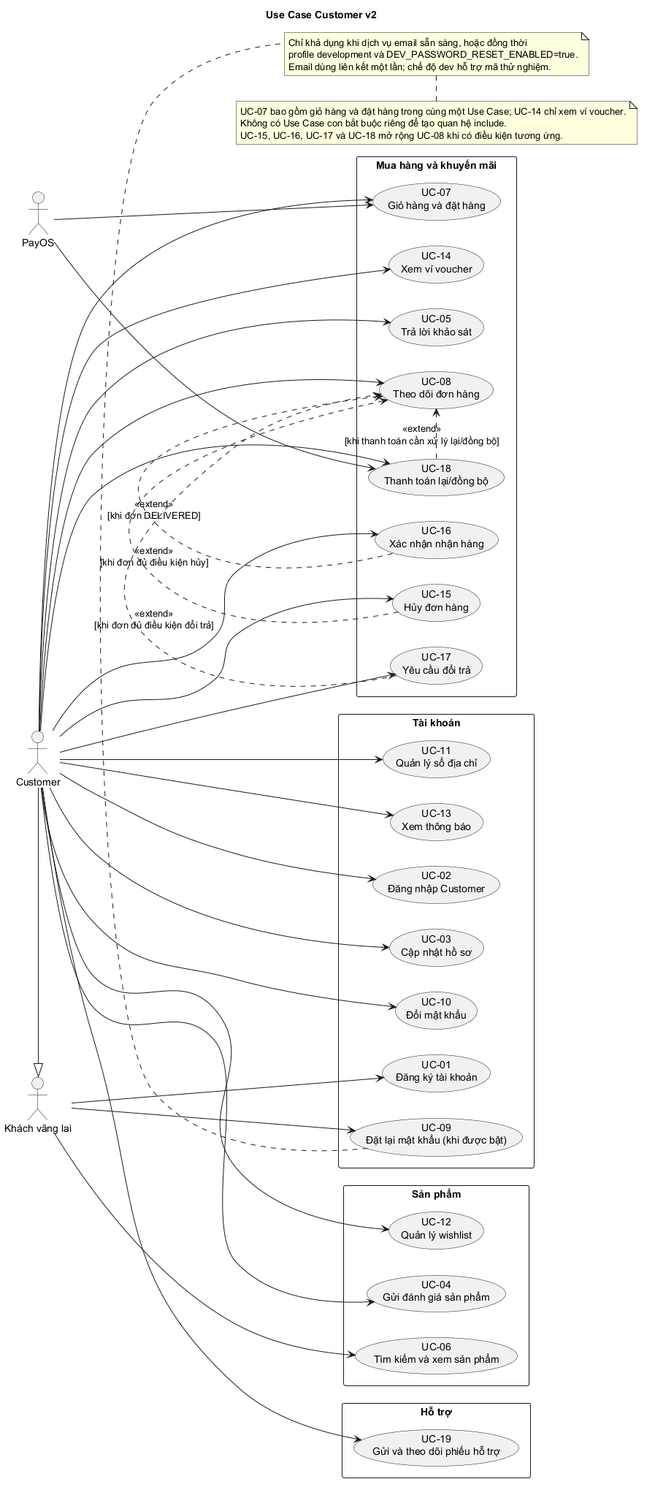
This is docs/use-cases/use-case-diagrams-v2.png from duygri/do-an-htttdn-crm, a PlantUML export, as it was before one commit.
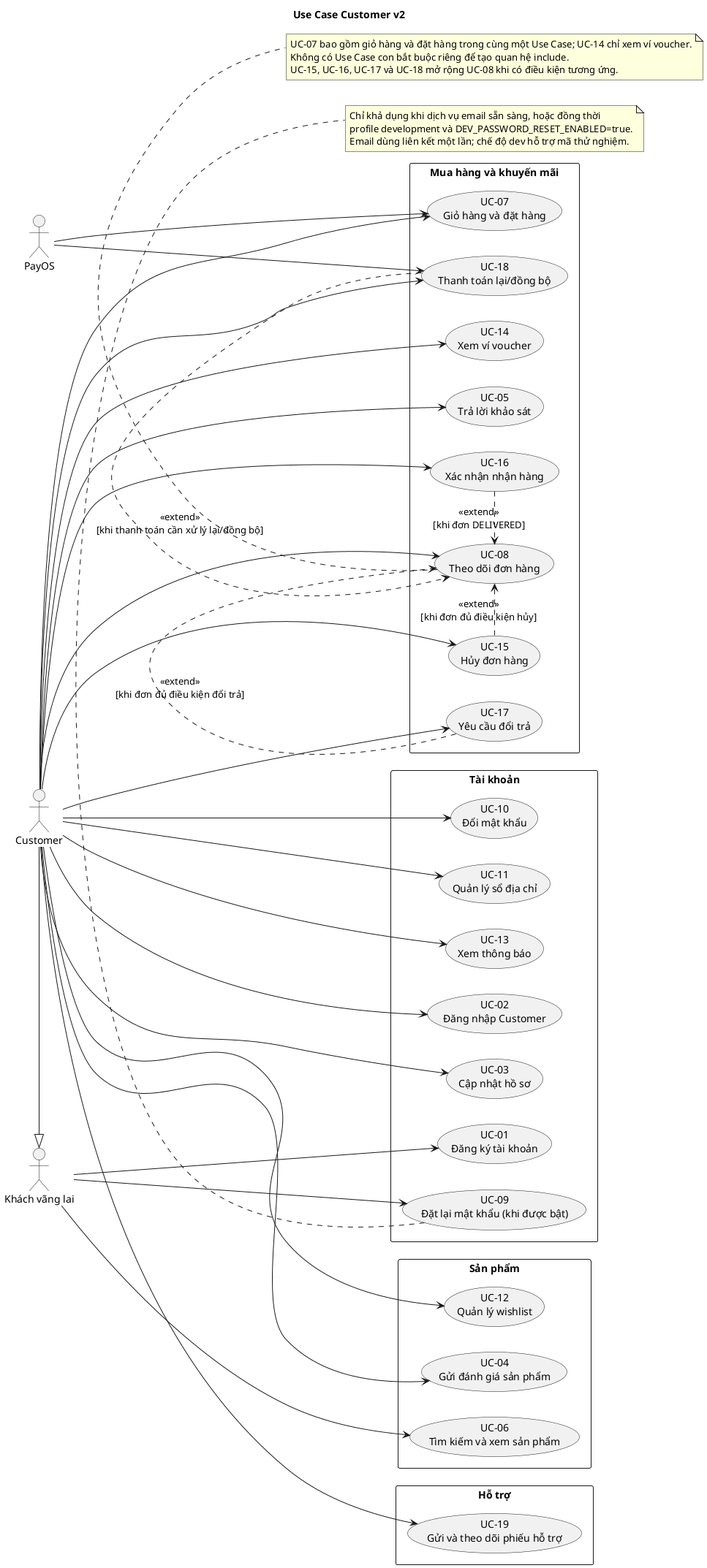
Above is the later version.

Diff of the diagram source:
```diff
@@ -65,7 +65,7 @@
 profile development và DEV_PASSWORD_RESET_ENABLED=true.
 Email dùng liên kết một lần; chế độ dev hỗ trợ mã thử nghiệm.
 end note
-note bottom
+note bottom of C08
 UC-07 bao gồm giỏ hàng và đặt hàng trong cùng một Use Case; UC-14 chỉ xem ví voucher.
 Không có Use Case con bắt buộc riêng để tạo quan hệ include.
 UC-15, UC-16, UC-17 và UC-18 mở rộng UC-08 khi có điều kiện tương ứng.
```
